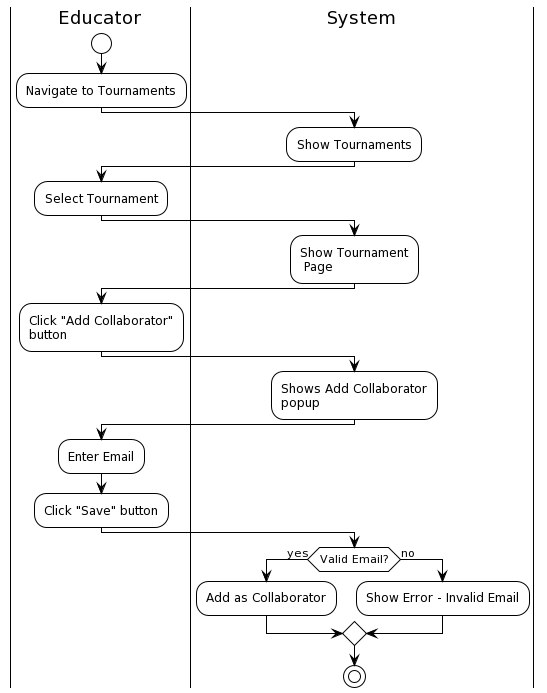
Earlier version of the PlantUML export RASD/Diagrams/activity_addcollaborator.png (TommasoCapacci/SEII-2024-Capacci-Ginestroni).
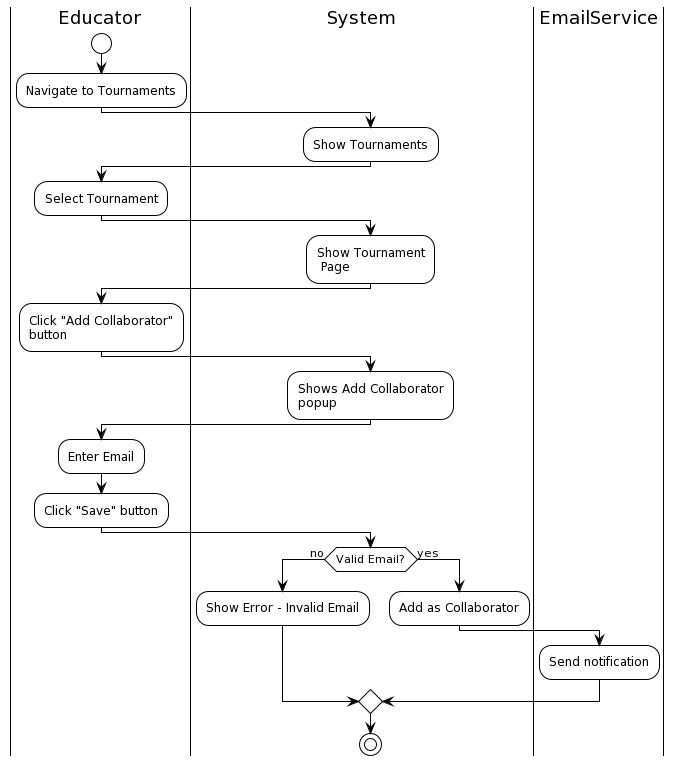
After the change.

Commit message:
updated use case diagram and use case activity diagram for add collaborator

Diff of the diagram source:
```diff
@@ -17,10 +17,14 @@
 :Enter Email;
 :Click "Save" button;
 |System|
-if (Valid Email?) then (yes)
+if (Valid Email?) then  (no)
+:Show Error - Invalid Email;
+else (yes)
 :Add as Collaborator;
-else (no)
-:Show Error - Invalid Email;
+|EmailService|
+:Send notification;
+|System|
+
 endif
 stop
 @enduml
```
